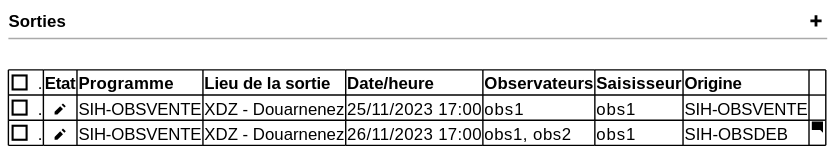
This is projects/obsvente/spe/images/observed-location-table.svg from sumaris-net/sumaris-doc, a PlantUML export, as it was before one commit.
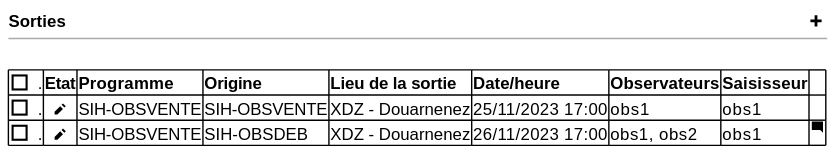
Later version of the same file.

Commit message:
MAJ suite au daily du 20/03 sur l'origine des données

What changed in the source:
```diff
@@ -5,9 +5,9 @@
   .
 	{#
 
-     [ ]. | <b>Etat | <b>Programme | <b>Lieu de la sortie | <b>Date/heure | <b>Observateurs | <b>Saisisseur | <b>Origine | .
-     [ ]. | <b>  <&pencil> | SIH-OBSVENTE | XDZ - Douarnenez | 25/11/2023 17:00 | obs1 | obs1 | SIH-OBSVENTE
-     [ ]. | <b>  <&pencil> | SIH-OBSVENTE | XDZ - Douarnenez | 26/11/2023 17:00 | obs1, obs2 | obs1 | SIH-OBSDEB| <&comment-square>
+     [ ]. | <b>Etat | <b>Programme | <b>Origine | <b>Lieu de la sortie | <b>Date/heure | <b>Observateurs | <b>Saisisseur | .
+     [ ]. | <b>  <&pencil> | SIH-OBSVENTE | SIH-OBSVENTE | XDZ - Douarnenez | 25/11/2023 17:00 | obs1 | obs1
+     [ ]. | <b>  <&pencil> | SIH-OBSVENTE | SIH-OBSDEB | XDZ - Douarnenez | 26/11/2023 17:00 | obs1, obs2 | obs1 | <&comment-square>
     }
 
 }
```
